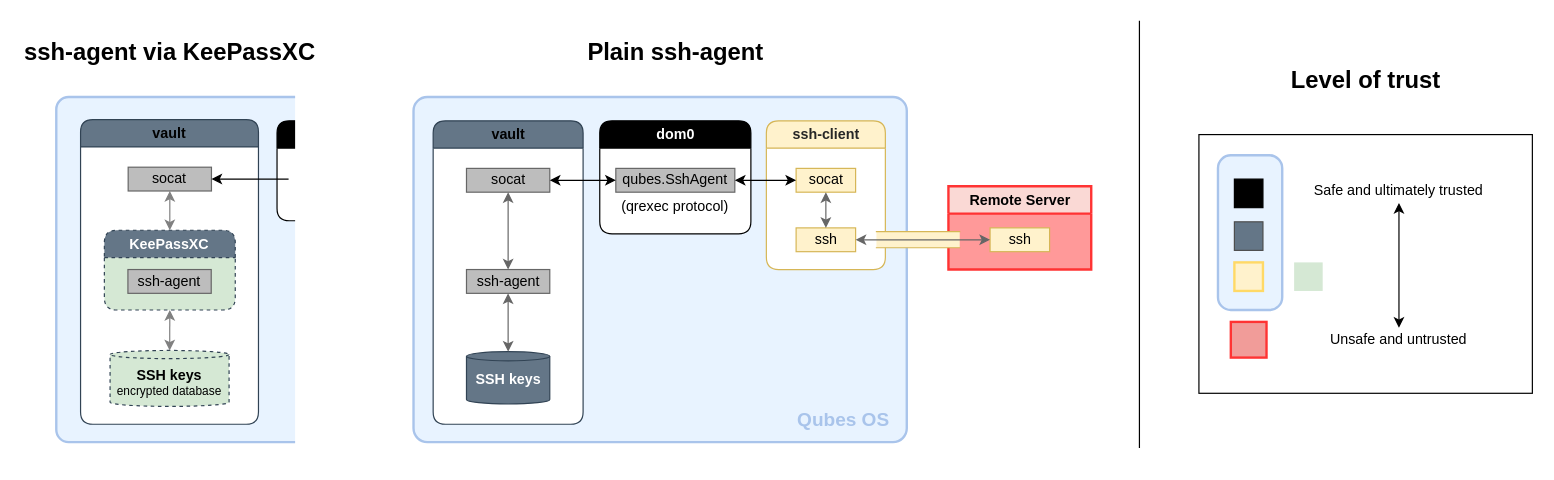
Before: split-ssh-keepassxc-7.drawio in ephemer4l/qubes-splitssh-diagram, a draw.io diagram. Source tidied: cells renumbered, new cells numbered last; positions are measured from the earlier drawing's top-left corner, leaving out a move shared by most shapes. Both pictures are drawn from the tidied source at 119%, with x=0, y=0 at pixel (20, 20).
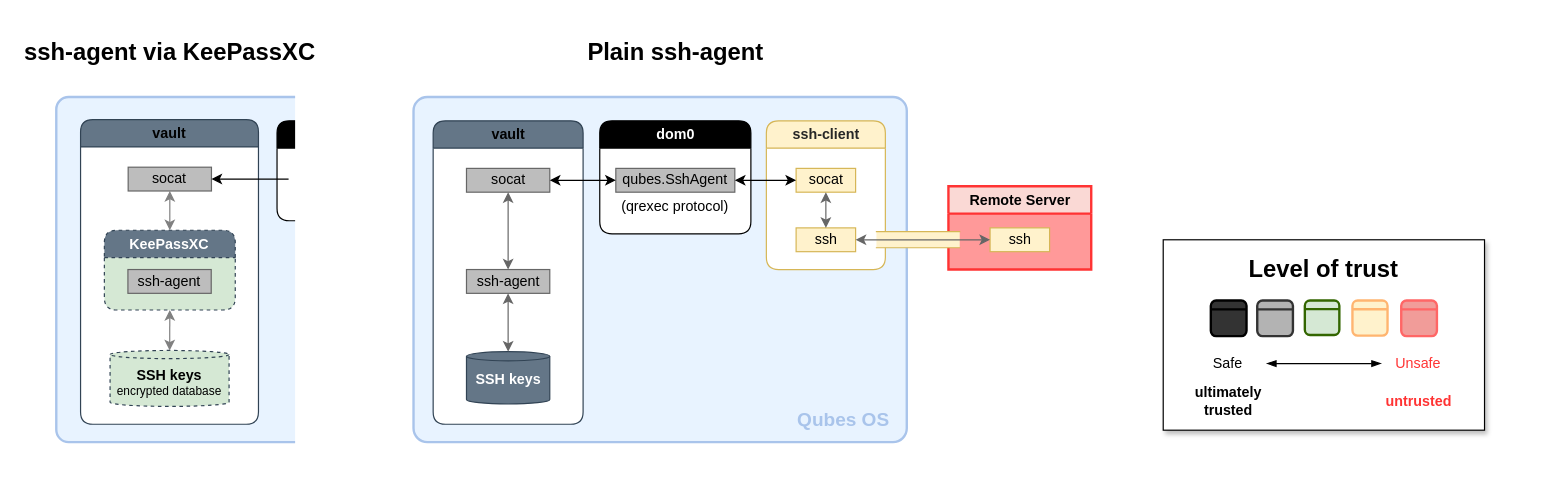
The same page after the edit.

Diff of the diagram source:
```diff
@@
-    <mxCell id="37" style="endArrow=none;html=1;strokeWidth=1;" parent="1" edge="1">
-      <mxGeometry relative="1" as="geometry">
-        <mxPoint x="940" y="359" as="sourcePoint" />
-        <mxPoint x="940" as="targetPoint" />
-      </mxGeometry>
-    </mxCell>
@@
-    <mxCell id="39" style="rounded=0;whiteSpace=wrap;html=1;" parent="1" vertex="1">
-      <mxGeometry x="990" y="95.6" width="280.2" height="217.4" as="geometry" />
+    <mxCell id="39" style="rounded=0;whiteSpace=wrap;html=1;shadow=1;" parent="1" vertex="1">
+      <mxGeometry x="960" y="184" width="270" height="160" as="geometry" />
     </mxCell>
-    <mxCell id="40" style="rounded=1;whiteSpace=wrap;html=1;shadow=0;glass=0;sketch=0;strokeWidth=2;arcSize=20;fillColor=#E8F3FF;strokeColor=#A9C4EB;" parent="1" vertex="1">
-      <mxGeometry x="1006" y="113" width="54" height="130" as="geometry" />
-    </mxCell>
-    <mxCell id="41" style="whiteSpace=wrap;html=1;rounded=0;fontColor=#ffffff;fillColor=#000000;" parent="1" vertex="1">
-      <mxGeometry x="1019.8" y="133" width="24" height="24" as="geometry" />
+    <mxCell id="41" style="whiteSpace=wrap;html=1;rounded=1;fontColor=#ffffff;strokeWidth=2;fillColor=#333333;" parent="1" vertex="1">
+      <mxGeometry x="1000" y="235" width="30" height="30" as="geometry" />
     </mxCell>
-    <mxCell id="42" style="whiteSpace=wrap;html=1;rounded=0;fillColor=#647687;fontColor=#ffffff;strokeColor=#4D4D4D;" parent="1" vertex="1">
-      <mxGeometry x="1019.8" y="168.9" width="24" height="24" as="geometry" />
+    <mxCell id="42" style="whiteSpace=wrap;html=1;rounded=1;fontColor=#ffffff;strokeWidth=2;strokeColor=#333333;fillColor=#B3B3B3;" parent="1" vertex="1">
+      <mxGeometry x="1039" y="235" width="30" height="30" as="geometry" />
     </mxCell>
-    <mxCell id="43" style="whiteSpace=wrap;html=1;rounded=0;fillColor=#fff2cc;strokeColor=#FFD966;strokeWidth=2;" parent="1" vertex="1">
-      <mxGeometry x="1019.8" y="203" width="24" height="24" as="geometry" />
+    <mxCell id="43" style="whiteSpace=wrap;html=1;rounded=1;fillColor=#fff2cc;strokeWidth=2;strokeColor=#FFB570;" parent="1" vertex="1">
+      <mxGeometry x="1119" y="235" width="29.5" height="29.5" as="geometry" />
     </mxCell>
-    <mxCell id="44" style="whiteSpace=wrap;html=1;rounded=0;fillColor=#F19C99;strokeColor=#FF3333;strokeWidth=2;" parent="1" vertex="1">
-      <mxGeometry x="1016.8" y="253" width="30" height="30" as="geometry" />
+    <mxCell id="44" style="whiteSpace=wrap;html=1;rounded=1;fillColor=#F19C99;strokeWidth=2;strokeColor=#FF6666;" parent="1" vertex="1">
+      <mxGeometry x="1160" y="235" width="30" height="30" as="geometry" />
     </mxCell>
-    <mxCell id="45" value="Safe and ultimately trusted" style="text;html=1;strokeColor=none;fillColor=none;align=center;verticalAlign=middle;whiteSpace=wrap;rounded=0;" parent="1" vertex="1">
-      <mxGeometry x="1060" y="133" width="196.2" height="20" as="geometry" />
+    <mxCell id="45" value="&lt;div&gt;Safe&lt;/div&gt;" style="text;html=1;strokeColor=none;fillColor=none;align=center;verticalAlign=middle;whiteSpace=wrap;rounded=0;" parent="1" vertex="1">
+      <mxGeometry x="983.4" y="278" width="63.3" height="20" as="geometry" />
     </mxCell>
-    <mxCell id="46" style="whiteSpace=wrap;html=1;rounded=0;fillColor=#d5e8d4;strokeColor=none;" parent="1" vertex="1">
-      <mxGeometry x="1070" y="203" width="24" height="24" as="geometry" />
+    <mxCell id="46" style="whiteSpace=wrap;html=1;rounded=1;fillColor=#d5e8d4;strokeWidth=2;strokeColor=#336600;" parent="1" vertex="1">
+      <mxGeometry x="1079" y="235" width="29" height="29" as="geometry" />
     </mxCell>
-    <mxCell id="47" value="&lt;div style=&quot;font-size: 20px&quot;&gt;&lt;b&gt;&lt;font style=&quot;font-size: 20px&quot;&gt;Level of trust&lt;/font&gt;&lt;/b&gt;&lt;/div&gt;" style="text;html=1;strokeColor=none;fillColor=none;align=center;verticalAlign=middle;whiteSpace=wrap;rounded=0;" parent="1" vertex="1">
-      <mxGeometry x="1014.6" y="29" width="231" height="40" as="geometry" />
+    <mxCell id="47" value="&lt;div style=&quot;font-size: 20px;&quot;&gt;&lt;b style=&quot;font-size: 20px;&quot;&gt;&lt;font style=&quot;font-size: 20px;&quot;&gt;Level of trust&lt;/font&gt;&lt;/b&gt;&lt;/div&gt;" style="text;html=1;strokeColor=none;fillColor=none;align=center;verticalAlign=middle;whiteSpace=wrap;rounded=0;fontSize=20;" parent="1" vertex="1">
+      <mxGeometry x="1000" y="188" width="190" height="40" as="geometry" />
     </mxCell>
-    <mxCell id="48" value="Unsafe and untrusted" style="text;html=1;strokeColor=none;fillColor=none;align=center;verticalAlign=middle;whiteSpace=wrap;rounded=0;" parent="1" vertex="1">
-      <mxGeometry x="1060" y="258" width="196.2" height="20" as="geometry" />
-    </mxCell>
-    <mxCell id="49" style="endArrow=classic;startArrow=classic;html=1;entryX=0.5;entryY=1;entryDx=0;entryDy=0;exitX=0.5;exitY=0;exitDx=0;exitDy=0;" parent="1" edge="1" source="48" target="45">
-      <mxGeometry relative="1" as="geometry" />
-    </mxCell>
+    <mxCell id="50" style="endArrow=none;html=1;entryX=0;entryY=0.25;entryDx=0;entryDy=0;exitX=1;exitY=0.25;exitDx=0;exitDy=0;strokeColor=#333333;strokeWidth=2;" parent="1" edge="1" source="42" target="42">
+      <mxGeometry relative="1" as="geometry" />
+    </mxCell>
+    <mxCell id="51" style="endArrow=none;html=1;entryX=0;entryY=0.25;entryDx=0;entryDy=0;exitX=1;exitY=0.25;exitDx=0;exitDy=0;strokeColor=#336600;strokeWidth=2;" parent="1" edge="1" source="46" target="46">
+      <mxGeometry relative="1" as="geometry" />
+    </mxCell>
+    <mxCell id="52" style="endArrow=none;html=1;entryX=0;entryY=0.25;entryDx=0;entryDy=0;exitX=1;exitY=0.25;exitDx=0;exitDy=0;strokeColor=#FFB570;strokeWidth=2;" parent="1" edge="1" source="43" target="43">
+      <mxGeometry relative="1" as="geometry" />
+    </mxCell>
+    <mxCell id="53" style="endArrow=none;html=1;entryX=0;entryY=0.25;entryDx=0;entryDy=0;exitX=1;exitY=0.25;exitDx=0;exitDy=0;strokeColor=#FF6666;strokeWidth=2;" parent="1" edge="1" source="44" target="44">
+      <mxGeometry relative="1" as="geometry" />
+    </mxCell>
+    <mxCell id="54" style="endArrow=none;html=1;strokeWidth=2;entryX=0;entryY=0.25;entryDx=0;entryDy=0;exitX=1;exitY=0.25;exitDx=0;exitDy=0;" parent="1" edge="1" source="41" target="41">
+      <mxGeometry relative="1" as="geometry" />
+    </mxCell>
+    <mxCell id="55" value="&lt;div&gt;Unsafe&lt;/div&gt;" style="text;html=1;strokeColor=none;fillColor=none;align=center;verticalAlign=middle;whiteSpace=wrap;rounded=0;fontColor=#FF3333;" parent="1" vertex="1">
+      <mxGeometry x="1143.4" y="278" width="63.3" height="20" as="geometry" />
+    </mxCell>
+    <mxCell id="56" style="endArrow=blockThin;startArrow=blockThin;html=1;strokeColor=#000000;strokeWidth=1;fontSize=20;entryX=0;entryY=0.5;entryDx=0;entryDy=0;startFill=1;endFill=1;" parent="1" edge="1" source="45" target="55">
+      <mxGeometry relative="1" as="geometry" />
+    </mxCell>
+    <mxCell id="57" value="&lt;div style=&quot;font-size: 12px&quot;&gt;ultimately&lt;/div&gt;&lt;div style=&quot;font-size: 12px&quot;&gt;trusted&lt;br style=&quot;font-size: 12px&quot;&gt;&lt;/div&gt;" style="text;html=1;strokeColor=none;fillColor=none;align=center;verticalAlign=middle;whiteSpace=wrap;rounded=0;fontSize=12;fontStyle=1;" parent="1" vertex="1">
+      <mxGeometry x="995" y="310" width="40" height="20" as="geometry" />
+    </mxCell>
+    <mxCell id="58" value="untrusted" style="text;html=1;strokeColor=none;fillColor=none;align=center;verticalAlign=middle;whiteSpace=wrap;rounded=0;fontSize=12;fontStyle=1;fontColor=#FF3333;" parent="1" vertex="1">
+      <mxGeometry x="1155" y="310" width="40" height="20" as="geometry" />
+    </mxCell>
```
